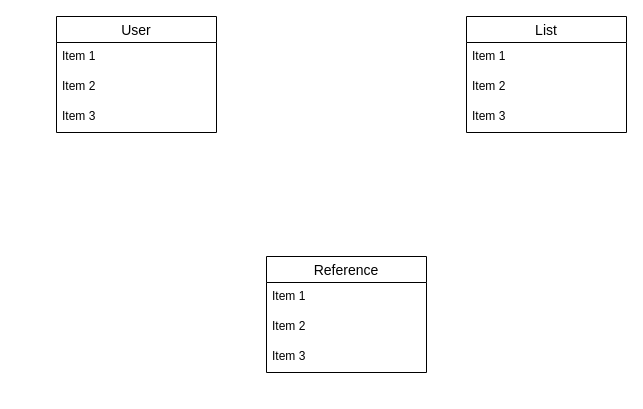
This is nopaper.dio from dagjwtpoad/no_paper, a draw.io file, before an edit. Source tidied: cells renumbered, new cells numbered last; positions are measured from the earlier drawing's top-left corner, leaving out a move shared by most shapes. Both pictures are drawn from the tidied source at 100%, with x=0, y=0 at pixel (56, 16).
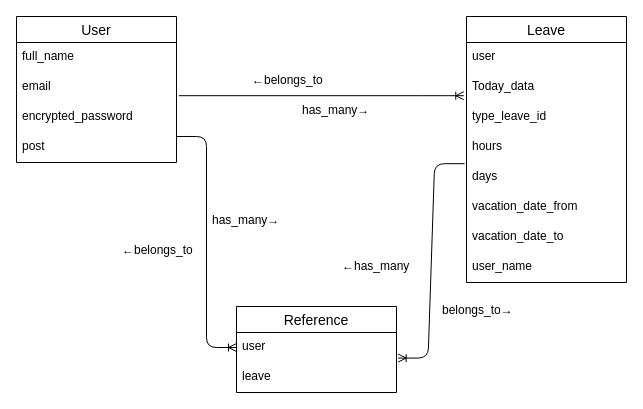
Above is the later version.

Diff of the diagram source:
```diff
@@
     <mxCell id="2" value="User" style="swimlane;fontStyle=0;horizontal=1;startSize=26;align=center;fontSize=14;" parent="1" vertex="1">
-      <mxGeometry width="160" height="116" as="geometry" />
+      <mxGeometry x="-40" width="160" height="146" as="geometry" />
     </mxCell>
-    <mxCell id="3" value="Item 1" style="text;strokeColor=none;fillColor=none;spacingLeft=4;spacingRight=4;overflow=hidden;fontSize=12;" parent="2" vertex="1">
+    <mxCell id="3" value="full_name" style="text;strokeColor=none;fillColor=none;spacingLeft=4;spacingRight=4;overflow=hidden;fontSize=12;" parent="2" vertex="1">
       <mxGeometry y="26" width="160" height="30" as="geometry" />
     </mxCell>
-    <mxCell id="4" value="Item 2" style="text;strokeColor=none;fillColor=none;spacingLeft=4;spacingRight=4;overflow=hidden;points=[[0,0.5],[1,0.5]];portConstraint=eastwest;fontSize=12;" parent="2" vertex="1">
+    <mxCell id="4" value="email" style="text;strokeColor=none;fillColor=none;spacingLeft=4;spacingRight=4;overflow=hidden;points=[[0,0.5],[1,0.5]];portConstraint=eastwest;fontSize=12;" parent="2" vertex="1">
       <mxGeometry y="56" width="160" height="30" as="geometry" />
     </mxCell>
-    <mxCell id="5" value="Item 3" style="text;strokeColor=none;fillColor=none;spacingLeft=4;spacingRight=4;overflow=hidden;fontSize=12;" parent="2" vertex="1">
+    <mxCell id="5" value="encrypted_password" style="text;strokeColor=none;fillColor=none;spacingLeft=4;spacingRight=4;overflow=hidden;fontSize=12;" parent="2" vertex="1">
       <mxGeometry y="86" width="160" height="30" as="geometry" />
     </mxCell>
+    <mxCell id="14" value="post" style="text;strokeColor=none;fillColor=none;spacingLeft=4;spacingRight=4;overflow=hidden;points=[[0,0.5],[1,0.5]];portConstraint=eastwest;fontSize=12;" parent="2" vertex="1">
+      <mxGeometry y="116" width="160" height="30" as="geometry" />
+    </mxCell>
-    <mxCell id="6" value="List" style="swimlane;fontStyle=0;horizontal=1;startSize=26;align=center;fontSize=14;" parent="1" vertex="1">
-      <mxGeometry x="410" width="160" height="116" as="geometry" />
+    <mxCell id="6" value="Leave" style="swimlane;fontStyle=0;horizontal=1;startSize=26;align=center;fontSize=14;" parent="1" vertex="1">
+      <mxGeometry x="410" width="160" height="266" as="geometry" />
     </mxCell>
-    <mxCell id="7" value="Item 1" style="text;strokeColor=none;fillColor=none;spacingLeft=4;spacingRight=4;overflow=hidden;fontSize=12;" parent="6" vertex="1">
+    <mxCell id="7" value="user" style="text;strokeColor=none;fillColor=none;spacingLeft=4;spacingRight=4;overflow=hidden;fontSize=12;" parent="6" vertex="1">
       <mxGeometry y="26" width="160" height="30" as="geometry" />
     </mxCell>
-    <mxCell id="8" value="Item 2" style="text;strokeColor=none;fillColor=none;spacingLeft=4;spacingRight=4;overflow=hidden;points=[[0,0.5],[1,0.5]];portConstraint=eastwest;fontSize=12;" parent="6" vertex="1">
+    <mxCell id="8" value="Today_data" style="text;strokeColor=none;fillColor=none;spacingLeft=4;spacingRight=4;overflow=hidden;points=[[0,0.5],[1,0.5]];portConstraint=eastwest;fontSize=12;" parent="6" vertex="1">
       <mxGeometry y="56" width="160" height="30" as="geometry" />
     </mxCell>
-    <mxCell id="9" value="Item 3" style="text;strokeColor=none;fillColor=none;spacingLeft=4;spacingRight=4;overflow=hidden;fontSize=12;" parent="6" vertex="1">
-      <mxGeometry y="86" width="160" height="30" as="geometry" />
-    </mxCell>
+    <mxCell id="15" value="type_leave_id" style="text;strokeColor=none;fillColor=none;spacingLeft=4;spacingRight=4;overflow=hidden;fontSize=12;" parent="6" vertex="1">
+      <mxGeometry y="86" width="160" height="30" as="geometry" />
+    </mxCell>
+    <mxCell id="16" value="hours" style="text;strokeColor=none;fillColor=none;spacingLeft=4;spacingRight=4;overflow=hidden;fontSize=12;" parent="6" vertex="1">
+      <mxGeometry y="116" width="160" height="30" as="geometry" />
+    </mxCell>
+    <mxCell id="17" value="days" style="text;strokeColor=none;fillColor=none;spacingLeft=4;spacingRight=4;overflow=hidden;points=[[0,0.5],[1,0.5]];portConstraint=eastwest;fontSize=12;" parent="6" vertex="1">
+      <mxGeometry y="146" width="160" height="30" as="geometry" />
+    </mxCell>
+    <mxCell id="18" value="vacation_date_from" style="text;strokeColor=none;fillColor=none;spacingLeft=4;spacingRight=4;overflow=hidden;fontSize=12;" parent="6" vertex="1">
+      <mxGeometry y="176" width="160" height="30" as="geometry" />
+    </mxCell>
+    <mxCell id="19" value="vacation_date_to" style="text;strokeColor=none;fillColor=none;spacingLeft=4;spacingRight=4;overflow=hidden;fontSize=12;" parent="6" vertex="1">
+      <mxGeometry y="206" width="160" height="30" as="geometry" />
+    </mxCell>
+    <mxCell id="20" value="user_name" style="text;strokeColor=none;fillColor=none;spacingLeft=4;spacingRight=4;overflow=hidden;fontSize=12;" parent="6" vertex="1">
+      <mxGeometry y="236" width="160" height="30" as="geometry" />
+    </mxCell>
     <mxCell id="10" value="Reference" style="swimlane;fontStyle=0;horizontal=1;startSize=26;align=center;fontSize=14;" parent="1" vertex="1">
-      <mxGeometry x="210" y="240" width="160" height="116" as="geometry" />
+      <mxGeometry x="180" y="290" width="160" height="86" as="geometry" />
     </mxCell>
-    <mxCell id="11" value="Item 1" style="text;strokeColor=none;fillColor=none;spacingLeft=4;spacingRight=4;overflow=hidden;points=[[0,0.5],[1,0.5]];portConstraint=eastwest;fontSize=12;" parent="10" vertex="1">
+    <mxCell id="11" value="user" style="text;strokeColor=none;fillColor=none;spacingLeft=4;spacingRight=4;overflow=hidden;points=[[0,0.5],[1,0.5]];portConstraint=eastwest;fontSize=12;" parent="10" vertex="1">
       <mxGeometry y="26" width="160" height="30" as="geometry" />
     </mxCell>
-    <mxCell id="12" value="Item 2" style="text;strokeColor=none;fillColor=none;spacingLeft=4;spacingRight=4;overflow=hidden;fontSize=12;" parent="10" vertex="1">
+    <mxCell id="12" value="leave" style="text;strokeColor=none;fillColor=none;spacingLeft=4;spacingRight=4;overflow=hidden;fontSize=12;" parent="10" vertex="1">
       <mxGeometry y="56" width="160" height="30" as="geometry" />
     </mxCell>
-    <mxCell id="13" value="Item 3" style="text;strokeColor=none;fillColor=none;spacingLeft=4;spacingRight=4;overflow=hidden;fontSize=12;" parent="10" vertex="1">
-      <mxGeometry y="86" width="160" height="30" as="geometry" />
-    </mxCell>
+    <mxCell id="21" style="edgeStyle=entityRelationEdgeStyle;fontSize=12;html=1;endArrow=ERoneToMany;entryX=-0.017;entryY=0.773;entryDx=0;entryDy=0;entryPerimeter=0;exitX=1.015;exitY=0.773;exitDx=0;exitDy=0;exitPerimeter=0;" parent="1" edge="1" source="4" target="8">
+      <mxGeometry relative="1" as="geometry" />
+    </mxCell>
+    <mxCell id="22" style="edgeStyle=entityRelationEdgeStyle;fontSize=12;html=1;endArrow=ERoneToMany;entryX=1.01;entryY=0.853;entryDx=0;entryDy=0;entryPerimeter=0;exitX=-0.012;exitY=0.04;exitDx=0;exitDy=0;exitPerimeter=0;" parent="1" edge="1" source="17" target="11">
+      <mxGeometry relative="1" as="geometry" />
+    </mxCell>
+    <mxCell id="23" style="edgeStyle=entityRelationEdgeStyle;fontSize=12;html=1;endArrow=ERoneToMany;entryX=0;entryY=0.5;entryDx=0;entryDy=0;exitX=1;exitY=0.133;exitDx=0;exitDy=0;exitPerimeter=0;" parent="1" edge="1" source="14" target="11">
+      <mxGeometry relative="1" as="geometry" />
+    </mxCell>
+    <mxCell id="24" value="←belongs_to" style="text;strokeColor=none;fillColor=none;spacingLeft=4;spacingRight=4;overflow=hidden;fontSize=12;" parent="1" vertex="1">
+      <mxGeometry x="190" y="50" width="90" height="30" as="geometry" />
+    </mxCell>
+    <mxCell id="25" value="←belongs_to" style="text;strokeColor=none;fillColor=none;spacingLeft=4;spacingRight=4;overflow=hidden;fontSize=12;" parent="1" vertex="1">
+      <mxGeometry x="60" y="220" width="90" height="30" as="geometry" />
+    </mxCell>
+    <mxCell id="26" value="belongs_to→" style="text;strokeColor=none;fillColor=none;spacingLeft=4;spacingRight=4;overflow=hidden;fontSize=12;" parent="1" vertex="1">
+      <mxGeometry x="380" y="280" width="90" height="30" as="geometry" />
+    </mxCell>
+    <mxCell id="27" value="has_many→" style="text;strokeColor=none;fillColor=none;spacingLeft=4;spacingRight=4;overflow=hidden;fontSize=12;" parent="1" vertex="1">
+      <mxGeometry x="240" y="80" width="90" height="30" as="geometry" />
+    </mxCell>
+    <mxCell id="28" value="has_many→" style="text;strokeColor=none;fillColor=none;spacingLeft=4;spacingRight=4;overflow=hidden;fontSize=12;" parent="1" vertex="1">
+      <mxGeometry x="150" y="190" width="90" height="30" as="geometry" />
+    </mxCell>
+    <mxCell id="29" value="←has_many" style="text;strokeColor=none;fillColor=none;spacingLeft=4;spacingRight=4;overflow=hidden;fontSize=12;" parent="1" vertex="1">
+      <mxGeometry x="280" y="236" width="90" height="30" as="geometry" />
+    </mxCell>
```
